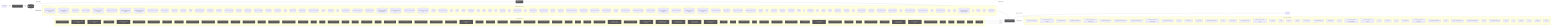
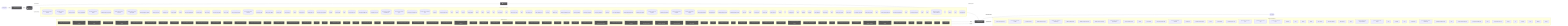
flowchart LR
  UserQ(["👤 User Query"])
  Embed["📐 Embedding Model"]
  VecDB[("📚 Vector Store")]
  Retriever["🔍 Retriever"]
  LLMNode["🧠 LLM / Generator"]
  Output(["✅ Response"])
  UserQ -->|query| Embed
  Embed -->|vector| VecDB
  VecDB -->|top-k chunks| Retriever
  Retriever -->|context + query| LLMNode
  LLMNode -->|generated answer| Output
  subgraph DetectedMemory["Detected memory stores"]
    det_detectedmemory_check_steering_feedback_contract_80134459[("check-steering-feedback-contract")]
    det_detectedmemory_normalize_workflow_contracts_8701f1c8[("normalize-workflow-contracts")]
    det_detectedmemory_run_harness_evals_77704768[("run-harness-evals")]
    det_detectedmemory_sync_codex_preflight_7e7a8dc2[("sync-codex-preflight")]
    det_detectedmemory_test_harness_upgrade_matrix_84113c4e[("test-harness-upgrade-matrix")]
    det_detectedmemory_validate_prompt_context_drift_8c949ef6[("validate-prompt-context-drift")]
    det_detectedmemory_validate_runtime_packet_schemas_bc3ba8ec[("validate-runtime-packet-schemas")]
    det_detectedmemory_validate_system_prompt_gap_adoption_62d8c955[("validate-system-prompt-gap-adoption")]
    det_detectedmemory_validate_workflow_contracts_33dc063c[("validate-workflow-contracts")]
    det_detectedmemory_branch_protect_core_a8feb0fd[("branch-protect-core")]
    det_detectedmemory_ci_migrate_core_7005b5af[("ci-migrate-core")]
    det_detectedmemory_context_health_80bb7da9[("context-health")]
    det_detectedmemory_context_ea7792a2[("context")]
    det_detectedmemory_docs_gate_classification_2f51c90b[("docs-gate-classification")]
    det_detectedmemory_docs_gate_types_d285abb6[("docs-gate-types")]
    det_detectedmemory_index_context_de3ed39d[("index-context")]
    det_detectedmemory_local_memory_preflight_dcc36c42[("local-memory-preflight")]
    det_detectedmemory_memory_gate_a577a506[("memory-gate")]
+     det_detectedmemory_next_prompt_context_drift_3c5a93d5[("next-prompt-context-drift")]
+     det_detectedmemory_next_recommendation_decisions_03315dd4[("next-recommendation-decisions")]
    det_detectedmemory_next_runner_state_be6fe997[("next-runner-state")]
    det_detectedmemory_pattern_scope_siblings_43abe000[("pattern-scope-siblings")]
    det_detectedmemory_review_context_ca6cf81d[("review-context")]
    det_detectedmemory_review_gate_core_4c8001f9[("review-gate-core")]
    det_detectedmemory_search_24193290[("search")]
    det_detectedmemory_session_context_e5ec72c0[("session-context")]
    det_detectedmemory_tooling_audit_core_328d6a41[("tooling-audit-core")]
    det_detectedmemory_run_local_memory_preflight_36e92808[("run-local-memory-preflight")]
    det_detectedmemory_checker_d2d2328e[("checker")]
    det_detectedmemory_context_health_1_ceb11829[("context-health")]
    det_detectedmemory_types_2_d9bc6e7a[("types")]
    det_detectedmemory_branch_protect_sync_570adb18[("branch-protect-sync")]
    det_detectedmemory_command_capability_rules_ca3f496a[("command-capability-rules")]
    det_detectedmemory_command_specs_core_1c0ffc99[("command-specs-core")]
    det_detectedmemory_local_memory_preflight_command_spec_9e23f3ce[("local-memory-preflight-command-spec")]
    det_detectedmemory_memory_gate_command_spec_dc9001a9[("memory-gate-command-spec")]
    det_detectedmemory_review_gate_command_spec_3187376a[("review-gate-command-spec")]
    det_detectedmemory_session_context_command_spec_973afbb1[("session-context-command-spec")]
    det_detectedmemory_constants_7517017f[("constants")]
    det_detectedmemory_context_compact_policy_3dcaf95d[("context-compact-policy")]
    det_detectedmemory_index_3_7e40d474[("index")]
    det_detectedmemory_indexer_70fa78e5[("indexer")]
    det_detectedmemory_init_error_5c7dd49f[("init-error")]
    det_detectedmemory_lexical_fallback_723e2b3e[("lexical-fallback")]
    det_detectedmemory_ollama_76e3c7bf[("ollama")]
    det_detectedmemory_rollout_a4fa034c[("rollout")]
    det_detectedmemory_sources_878a52fc[("sources")]
    det_detectedmemory_store_824d80d7[("store")]
    det_detectedmemory_sync_contract_c79fa191[("sync-contract")]
    det_detectedmemory_types_8_f6283648[("types")]
    det_detectedmemory_harness_run_context_ac7c77a9[("harness-run-context")]
    det_detectedmemory_index_4_013aa0e3[("index")]
    det_detectedmemory_json_schema_core_96d7e328[("json-schema-core")]
    det_detectedmemory_policy_validators_core_714a3fe7[("policy-validators-core")]
    det_detectedmemory_types_core_e405ddca[("types-core")]
    det_detectedmemory_validator_core_4358f8ba[("validator-core")]
    det_detectedmemory_archive_candidates_scanner_d0931789[("archive-candidates-scanner")]
    det_detectedmemory_archive_candidates_dc0e40e1[("archive-candidates")]
    det_detectedmemory_docs_task_eval_contract_79347457[("docs-task-eval-contract")]
    det_detectedmemory_docs_task_eval_fixtures_44902755[("docs-task-eval-fixtures")]
    det_detectedmemory_init_modes_c05ceb07[("init-modes")]
    det_detectedmemory_project_brain_templates_7ef51530[("project-brain-templates")]
    det_detectedmemory_scaffold_diagram_templates_dd88e83c[("scaffold-diagram-templates")]
    det_detectedmemory_scaffold_doc_templates_f6152330[("scaffold-doc-templates")]
    det_detectedmemory_scaffold_environment_templates_c1ceba6a[("scaffold-environment-templates")]
    det_detectedmemory_scaffold_hook_templates_8c74ab50[("scaffold-hook-templates")]
    det_detectedmemory_scaffold_root_command_templates_404fed7f[("scaffold-root-command-templates")]
    det_detectedmemory_scaffold_script_template_registry_69312d4e[("scaffold-script-template-registry")]
    det_detectedmemory_scaffold_shell_templates_0ad0f915[("scaffold-shell-templates")]
    det_detectedmemory_scaffold_surfaces_12d6494e[("scaffold-surfaces")]
    det_detectedmemory_scaffold_template_registry_b1cce2aa[("scaffold-template-registry")]
    det_detectedmemory_scaffold_workflow_template_92310587[("scaffold-workflow-template")]
    det_detectedmemory_eval_seed_5699fd3e[("eval-seed")]
    det_detectedmemory_index_10_f6785a46[("index")]
    det_detectedmemory_review_context_1_e3afed15[("review-context")]
    det_detectedmemory_memory_gate_1_265164ac[("memory-gate")]
    det_detectedmemory_branch_enforcer_acb749cd[("branch-enforcer")]
    det_detectedmemory_cli_args_5_09ea29f0[("cli-args")]
    det_detectedmemory_cli_7_dc4a9f7f[("cli")]
    det_detectedmemory_metrics_tracker_98cec29c[("metrics-tracker")]
-     det_detectedmemory_types_19_eb4ad5f0[("types")]
+     det_detectedmemory_types_20_071a0112[("types")]
    det_detectedmemory_validator_5_b19ac2be[("validator")]
    det_detectedmemory_classifier_fe1991a9[("classifier")]
    det_detectedmemory_tooling_baseline_50ab2eeb[("tooling-baseline")]
    det_detectedmemory_claim_helpers_20dc8387[("claim-helpers")]
-     det_detectedmemory_types_24_c63dc1a7[("types")]
+     det_detectedmemory_types_25_89d086aa[("types")]
    det_detectedmemory_local_memory_smoke_1175abfc[("local-memory-smoke")]
    det_detectedmemory_local_memory_0db17ecc[("local-memory")]
    det_detectedmemory_performance_overload_c685bfcf[("performance-overload")]
    det_detectedmemory_suggestion_generator_0956f794[("suggestion-generator")]
    det_detectedmemory_index_12_762ec91b[("index")]
    det_detectedmemory_prompt_context_drift_report_3257a95c[("prompt-context-drift-report")]
    det_detectedmemory_prompt_context_drift_types_ba6863d4[("prompt-context-drift-types")]
    det_detectedmemory_index_13_97df39c8[("index")]
    det_detectedmemory_prompt_context_receipt_17b862b2[("prompt-context-receipt")]
-     det_detectedmemory_types_31_eb363e20[("types")]
+     det_detectedmemory_types_32_bfe791ff[("types")]
    det_detectedmemory_policy_1_fc4198db[("policy")]
    det_detectedmemory_runtime_card_codex_runtime_validation_d8ce9934[("runtime-card-codex-runtime-validation")]
    det_detectedmemory_cli_12_01c06c37[("cli")]
    det_detectedmemory_collector_0736fd5b[("collector")]
-     det_detectedmemory_types_34_85e6a0bb[("types")]
+     det_detectedmemory_types_35_93e66c64[("types")]
    det_detectedmemory_overload_guard_2748c559[("overload-guard")]
  end
  VecDB -. "implemented by" .-> DetectedMemory
  subgraph DetectedLLM["Detected LLM clients"]
    det_detectedllm_check_codex_agent_roles_5bb2e89b["check-codex-agent-roles"]
    det_detectedllm_check_steering_feedback_contract_80134459["check-steering-feedback-contract"]
    det_detectedllm_run_harness_evals_77704768["run-harness-evals"]
    det_detectedllm_validate_decision_request_2e5c325e["validate-decision-request"]
    det_detectedllm_validate_goal_completion_audit_receipt_100d252c["validate-goal-completion-audit-receipt"]
    det_detectedllm_validate_packaged_skill_5e32c890["validate-packaged-skill"]
    det_detectedllm_validate_prompt_context_drift_8c949ef6["validate-prompt-context-drift"]
    det_detectedllm_validate_reviewer_coverage_251efee3["validate-reviewer-coverage"]
    det_detectedllm_validate_system_prompt_gap_adoption_62d8c955["validate-system-prompt-gap-adoption"]
    det_detectedllm_check_environment_core_2c16213f["check-environment-core"]
    det_detectedllm_context_ea7792a2["context"]
    det_detectedllm_index_context_de3ed39d["index-context"]
+     det_detectedllm_next_prompt_context_drift_3c5a93d5["next-prompt-context-drift"]
+     det_detectedllm_next_recommendation_decisions_03315dd4["next-recommendation-decisions"]
    det_detectedllm_prompt_gate_c5e9d207["prompt-gate"]
    det_detectedllm_remediate_runner_helpers_929fedcc["remediate-runner-helpers"]
    det_detectedllm_search_24193290["search"]
    det_detectedllm_context_health_1_ceb11829["context-health"]
    det_detectedllm_command_specs_core_1c0ffc99["command-specs-core"]
+     det_detectedllm_pilot_evaluate_command_spec_1084ea72["pilot-evaluate-command-spec"]
+     det_detectedllm_pilot_rollback_command_spec_4fe69f7d["pilot-rollback-command-spec"]
    det_detectedllm_prompt_gate_command_spec_9a941482["prompt-gate-command-spec"]
    det_detectedllm_constants_7517017f["constants"]
    det_detectedllm_index_3_7e40d474["index"]
    det_detectedllm_indexer_70fa78e5["indexer"]
    det_detectedllm_ollama_76e3c7bf["ollama"]
    det_detectedllm_sync_contract_c79fa191["sync-contract"]
    det_detectedllm_north_star_validators_cfc926ce["north-star-validators"]
    det_detectedllm_hilt_boundary_9b36fb15["hilt-boundary"]
    det_detectedllm_types_10_75e5a4a0["types"]
    det_detectedllm_goal_completion_audit_receipt_validation_9d0f4891["goal-completion-audit-receipt-validation"]
    det_detectedllm_goal_completion_audit_receipt_5e4939c3["goal-completion-audit-receipt"]
    det_detectedllm_index_5_522f772a["index"]
    det_detectedllm_constants_1_a84e15f0["constants"]
-     det_detectedllm_types_17_ed30531c["types"]
+     det_detectedllm_types_18_37582e2a["types"]
    det_detectedllm_sensitive_text_7c11f760["sensitive-text"]
    det_detectedllm_pr_template_linked_issue_relationship_a7b61f2c["pr-template-linked-issue-relationship"]
    det_detectedllm_pr_template_validator_rules_20a32d6b["pr-template-validator-rules"]
    det_detectedllm_index_12_762ec91b["index"]
    det_detectedllm_prompt_context_drift_report_3257a95c["prompt-context-drift-report"]
    det_detectedllm_prompt_context_drift_types_ba6863d4["prompt-context-drift-types"]
    det_detectedllm_index_13_97df39c8["index"]
    det_detectedllm_prompt_context_receipt_17b862b2["prompt-context-receipt"]
    det_detectedllm_cli_args_9_9c136878["cli-args"]
    det_detectedllm_cli_11_338a8415["cli"]
    det_detectedllm_sections_4697ef32["sections"]
-     det_detectedllm_types_27_4d134744["types"]
+     det_detectedllm_types_28_4476fcc6["types"]
    det_detectedllm_validator_7_f836eb0e["validator"]
    det_detectedllm_cli_args_10_861cdd3f["cli-args"]
  end
  LLMNode -. "implemented by" .-> DetectedLLM
  subgraph DetectedTools["Agentic tool calls"]
    det_detectedtools_check_codex_agent_roles_5bb2e89b["🔧 check-codex-agent-roles"]
    det_detectedtools_check_steering_feedback_contract_80134459["🔧 check-steering-feedback-contract"]
    det_detectedtools_check_tooling_baseline_parity_3124b30a["🔧 check-tooling-baseline-parity"]
    det_detectedtools_run_harness_evals_77704768["🔧 run-harness-evals"]
    det_detectedtools_validate_action_review_receipt_fa2f06c3["🔧 validate-action-review-receipt"]
    det_detectedtools_validate_packaged_skill_5e32c890["🔧 validate-packaged-skill"]
    det_detectedtools_validate_replay_packet_f309747e["🔧 validate-replay-packet"]
    det_detectedtools_ci_migrate_core_7005b5af["🔧 ci-migrate-core"]
    det_detectedtools_doctor_checks_5a2eb2b9["🔧 doctor-checks"]
    det_detectedtools_doctor_github_tool_check_e0a938df["🔧 doctor-github-tool-check"]
    det_detectedtools_doctor_github_tool_checks_a53b0382["🔧 doctor-github-tool-checks"]
    det_detectedtools_doctor_tool_checks_4acac51a["🔧 doctor-tool-checks"]
    det_detectedtools_fleet_plan_repo_ecdc6499["🔧 fleet-plan-repo"]
    det_detectedtools_next_blocked_decisions_4140ad2b["🔧 next-blocked-decisions"]
+     det_detectedtools_next_pr_closeout_contract_af31d30a["🔧 next-pr-closeout-contract"]
    det_detectedtools_policy_gate_213f7313["🔧 policy-gate"]
    det_detectedtools_remediate_cli_output_cc165396["🔧 remediate-cli-output"]
    det_detectedtools_remediate_runner_helpers_929fedcc["🔧 remediate-runner-helpers"]
    det_detectedtools_review_gate_core_4c8001f9["🔧 review-gate-core"]
    det_detectedtools_index_1bc04b52["🔧 index"]
    det_detectedtools_types_1_4ecdf56e["🔧 types"]
    det_detectedtools_validation_constants_e002a0f6["🔧 validation-constants"]
    det_detectedtools_validation_98c41dcd["🔧 validation"]
    det_detectedtools_checker_d2d2328e["🔧 checker"]
    det_detectedtools_shared_state_policy_edc9c4db["🔧 shared-state-policy"]
    det_detectedtools_cli_args_1_6144b055["🔧 cli-args"]
    det_detectedtools_command_capabilities_a4d5c71e["🔧 command-capabilities"]
    det_detectedtools_command_capability_rules_ca3f496a["🔧 command-capability-rules"]
    det_detectedtools_linear_command_actions_e430f4f4["🔧 linear-command-actions"]
    det_detectedtools_linear_command_runner_4a740dfc["🔧 linear-command-runner"]
    det_detectedtools_policy_validators_core_714a3fe7["🔧 policy-validators-core"]
    det_detectedtools_shared_state_action_validator_e7b128cd["🔧 shared-state-action-validator"]
    det_detectedtools_types_core_e405ddca["🔧 types-core"]
    det_detectedtools_validator_core_4358f8ba["🔧 validator-core"]
    det_detectedtools_validator_helpers_7b927667["🔧 validator-helpers"]
    det_detectedtools_he_phase_exit_core_1148895b["🔧 he-phase-exit-core"]
    det_detectedtools_environment_runtime_3206f0a8["🔧 environment-runtime"]
    det_detectedtools_observed_skill_usage_ed7d5930["🔧 observed-skill-usage"]
    det_detectedtools_closure_evidence_aaa31467["🔧 closure-evidence"]
    det_detectedtools_pr_creator_dc6b1ea4["🔧 pr-creator"]
    det_detectedtools_client_948fe603["🔧 client"]
    det_detectedtools_init_output_360dce91["🔧 init-output"]
    det_detectedtools_scaffold_ci_templates_2afd6392["🔧 scaffold-ci-templates"]
    det_detectedtools_scaffold_codex_environment_templates_334fbbed["🔧 scaffold-codex-environment-templates"]
    det_detectedtools_scaffold_config_templates_4b80ce53["🔧 scaffold-config-templates"]
    det_detectedtools_scaffold_environment_templates_c1ceba6a["🔧 scaffold-environment-templates"]
    det_detectedtools_scaffold_github_actions_pr_pipeline_renderer_1ee18de5["🔧 scaffold-github-actions-pr-pipeline-renderer"]
    det_detectedtools_scaffold_github_actions_pr_pipeline_template_e2b85f62["🔧 scaffold-github-actions-pr-pipeline-template"]
    det_detectedtools_scaffold_package_command_template_80e32e83["🔧 scaffold-package-command-template"]
    det_detectedtools_scaffold_release_private_npm_template_075499f8["🔧 scaffold-release-private-npm-template"]
    det_detectedtools_constants_1_a84e15f0["🔧 constants"]
    det_detectedtools_index_9_32dd4d91["🔧 index"]
    det_detectedtools_validation_common_6161e48b["🔧 validation-common"]
    det_detectedtools_cli_7_dc4a9f7f["🔧 cli"]
    det_detectedtools_metrics_tracker_98cec29c["🔧 metrics-tracker"]
    det_detectedtools_normalise_renderer_85f2e563["🔧 normalise-renderer"]
    det_detectedtools_evaluation_engine_core_e054fe49["🔧 evaluation-engine-core"]
    det_detectedtools_tooling_baseline_50ab2eeb["🔧 tooling-baseline"]
    det_detectedtools_prompt_context_drift_report_3257a95c["🔧 prompt-context-drift-report"]
    det_detectedtools_prompt_context_drift_types_ba6863d4["🔧 prompt-context-drift-types"]
    det_detectedtools_replay_packet_a1293f88["🔧 replay-packet"]
    det_detectedtools_index_14_d982116c["🔧 index"]
    det_detectedtools_review_lifecycle_contract_e5447221["🔧 review-lifecycle-contract"]
    det_detectedtools_review_lifecycle_89afa64c["🔧 review-lifecycle"]
    det_detectedtools_runtime_card_codex_runtime_validation_d8ce9934["🔧 runtime-card-codex-runtime-validation"]
    det_detectedtools_runtime_card_codex_runtime_0655e230["🔧 runtime-card-codex-runtime"]
    det_detectedtools_runtime_evidence_bundle_d471a232["🔧 runtime-evidence-bundle"]
-     det_detectedtools_types_36_674380ec["🔧 types"]
+     det_detectedtools_types_37_32ccf9f9["🔧 types"]
    det_detectedtools_index_17_642943a2["🔧 index"]
    det_detectedtools_projection_1b250ea1["🔧 projection"]
-     det_detectedtools_types_38_e8efcd57["🔧 types"]
-     det_detectedtools_validation_7_c4e6d8b6["🔧 validation"]
+     det_detectedtools_types_39_d07de160["🔧 types"]
+     det_detectedtools_validation_8_b9fa10af["🔧 validation"]
  end
  LLMNode -->|tool use| DetectedTools
  DetectedTools -->|result| LLMNode
  classDef memNode fill:#555,color:#fff
  class VecDB,Retriever memNode
  classDef llmNode fill:#555,color:#fff
  class LLMNode,Embed llmNode
  classDef toolNode fill:#555,color:#fff
-   class det_detectedtools_check_codex_agent_roles_5bb2e89b,det_detectedtools_check_steering_feedback_contract_80134459,det_detectedtools_check_tooling_baseline_parity_3124b30a,det_detectedtools_run_harness_evals_77704768,det_detectedtools_validate_action_review_receipt_fa2f06c3,det_detectedtools_validate_packaged_skill_5e32c890,det_detectedtools_validate_replay_packet_f309747e,det_detectedtools_ci_migrate_core_7005b5af,det_detectedtools_doctor_checks_5a2eb2b9,det_detectedtools_doctor_github_tool_check_e0a938df,det_detectedtools_doctor_github_tool_checks_a53b0382,det_detectedtools_doctor_tool_checks_4acac51a,det_detectedtools_fleet_plan_repo_ecdc6499,det_detectedtools_next_blocked_decisions_4140ad2b,det_detectedtools_policy_gate_213f7313,det_detectedtools_remediate_cli_output_cc165396,det_detectedtools_remediate_runner_helpers_929fedcc,det_detectedtools_review_gate_core_4c8001f9,det_detectedtools_index_1bc04b52,det_detectedtools_types_1_4ecdf56e,det_detectedtools_validation_constants_e002a0f6,det_detectedtools_validation_98c41dcd,det_detectedtools_checker_d2d2328e,det_detectedtools_shared_state_policy_edc9c4db,det_detectedtools_cli_args_1_6144b055,det_detectedtools_command_capabilities_a4d5c71e,det_detectedtools_command_capability_rules_ca3f496a,det_detectedtools_linear_command_actions_e430f4f4,det_detectedtools_linear_command_runner_4a740dfc,det_detectedtools_policy_validators_core_714a3fe7,det_detectedtools_shared_state_action_validator_e7b128cd,det_detectedtools_types_core_e405ddca,det_detectedtools_validator_core_4358f8ba,det_detectedtools_validator_helpers_7b927667,det_detectedtools_he_phase_exit_core_1148895b,det_detectedtools_environment_runtime_3206f0a8,det_detectedtools_observed_skill_usage_ed7d5930,det_detectedtools_closure_evidence_aaa31467,det_detectedtools_pr_creator_dc6b1ea4,det_detectedtools_client_948fe603,det_detectedtools_init_output_360dce91,det_detectedtools_scaffold_ci_templates_2afd6392,det_detectedtools_scaffold_codex_environment_templates_334fbbed,det_detectedtools_scaffold_config_templates_4b80ce53,det_detectedtools_scaffold_environment_templates_c1ceba6a,det_detectedtools_scaffold_github_actions_pr_pipeline_renderer_1ee18de5,det_detectedtools_scaffold_github_actions_pr_pipeline_template_e2b85f62,det_detectedtools_scaffold_package_command_template_80e32e83,det_detectedtools_scaffold_release_private_npm_template_075499f8,det_detectedtools_constants_1_a84e15f0,det_detectedtools_index_9_32dd4d91,det_detectedtools_validation_common_6161e48b,det_detectedtools_cli_7_dc4a9f7f,det_detectedtools_metrics_tracker_98cec29c,det_detectedtools_normalise_renderer_85f2e563,det_detectedtools_evaluation_engine_core_e054fe49,det_detectedtools_tooling_baseline_50ab2eeb,det_detectedtools_prompt_context_drift_report_3257a95c,det_detectedtools_prompt_context_drift_types_ba6863d4,det_detectedtools_replay_packet_a1293f88,det_detectedtools_index_14_d982116c,det_detectedtools_review_lifecycle_contract_e5447221,det_detectedtools_review_lifecycle_89afa64c,det_detectedtools_runtime_card_codex_runtime_validation_d8ce9934,det_detectedtools_runtime_card_codex_runtime_0655e230,det_detectedtools_runtime_evidence_bundle_d471a232,det_detectedtools_types_36_674380ec,det_detectedtools_index_17_642943a2,det_detectedtools_projection_1b250ea1,det_detectedtools_types_38_e8efcd57,det_detectedtools_validation_7_c4e6d8b6 toolNode
+   class det_detectedtools_check_codex_agent_roles_5bb2e89b,det_detectedtools_check_steering_feedback_contract_80134459,det_detectedtools_check_tooling_baseline_parity_3124b30a,det_detectedtools_run_harness_evals_77704768,det_detectedtools_validate_action_review_receipt_fa2f06c3,det_detectedtools_validate_packaged_skill_5e32c890,det_detectedtools_validate_replay_packet_f309747e,det_detectedtools_ci_migrate_core_7005b5af,det_detectedtools_doctor_checks_5a2eb2b9,det_detectedtools_doctor_github_tool_check_e0a938df,det_detectedtools_doctor_github_tool_checks_a53b0382,det_detectedtools_doctor_tool_checks_4acac51a,det_detectedtools_fleet_plan_repo_ecdc6499,det_detectedtools_next_blocked_decisions_4140ad2b,det_detectedtools_next_pr_closeout_contract_af31d30a,det_detectedtools_policy_gate_213f7313,det_detectedtools_remediate_cli_output_cc165396,det_detectedtools_remediate_runner_helpers_929fedcc,det_detectedtools_review_gate_core_4c8001f9,det_detectedtools_index_1bc04b52,det_detectedtools_types_1_4ecdf56e,det_detectedtools_validation_constants_e002a0f6,det_detectedtools_validation_98c41dcd,det_detectedtools_checker_d2d2328e,det_detectedtools_shared_state_policy_edc9c4db,det_detectedtools_cli_args_1_6144b055,det_detectedtools_command_capabilities_a4d5c71e,det_detectedtools_command_capability_rules_ca3f496a,det_detectedtools_linear_command_actions_e430f4f4,det_detectedtools_linear_command_runner_4a740dfc,det_detectedtools_policy_validators_core_714a3fe7,det_detectedtools_shared_state_action_validator_e7b128cd,det_detectedtools_types_core_e405ddca,det_detectedtools_validator_core_4358f8ba,det_detectedtools_validator_helpers_7b927667,det_detectedtools_he_phase_exit_core_1148895b,det_detectedtools_environment_runtime_3206f0a8,det_detectedtools_observed_skill_usage_ed7d5930,det_detectedtools_closure_evidence_aaa31467,det_detectedtools_pr_creator_dc6b1ea4,det_detectedtools_client_948fe603,det_detectedtools_init_output_360dce91,det_detectedtools_scaffold_ci_templates_2afd6392,det_detectedtools_scaffold_codex_environment_templates_334fbbed,det_detectedtools_scaffold_config_templates_4b80ce53,det_detectedtools_scaffold_environment_templates_c1ceba6a,det_detectedtools_scaffold_github_actions_pr_pipeline_renderer_1ee18de5,det_detectedtools_scaffold_github_actions_pr_pipeline_template_e2b85f62,det_detectedtools_scaffold_package_command_template_80e32e83,det_detectedtools_scaffold_release_private_npm_template_075499f8,det_detectedtools_constants_1_a84e15f0,det_detectedtools_index_9_32dd4d91,det_detectedtools_validation_common_6161e48b,det_detectedtools_cli_7_dc4a9f7f,det_detectedtools_metrics_tracker_98cec29c,det_detectedtools_normalise_renderer_85f2e563,det_detectedtools_evaluation_engine_core_e054fe49,det_detectedtools_tooling_baseline_50ab2eeb,det_detectedtools_prompt_context_drift_report_3257a95c,det_detectedtools_prompt_context_drift_types_ba6863d4,det_detectedtools_replay_packet_a1293f88,det_detectedtools_index_14_d982116c,det_detectedtools_review_lifecycle_contract_e5447221,det_detectedtools_review_lifecycle_89afa64c,det_detectedtools_runtime_card_codex_runtime_validation_d8ce9934,det_detectedtools_runtime_card_codex_runtime_0655e230,det_detectedtools_runtime_evidence_bundle_d471a232,det_detectedtools_types_37_32ccf9f9,det_detectedtools_index_17_642943a2,det_detectedtools_projection_1b250ea1,det_detectedtools_types_39_d07de160,det_detectedtools_validation_8_b9fa10af toolNode
